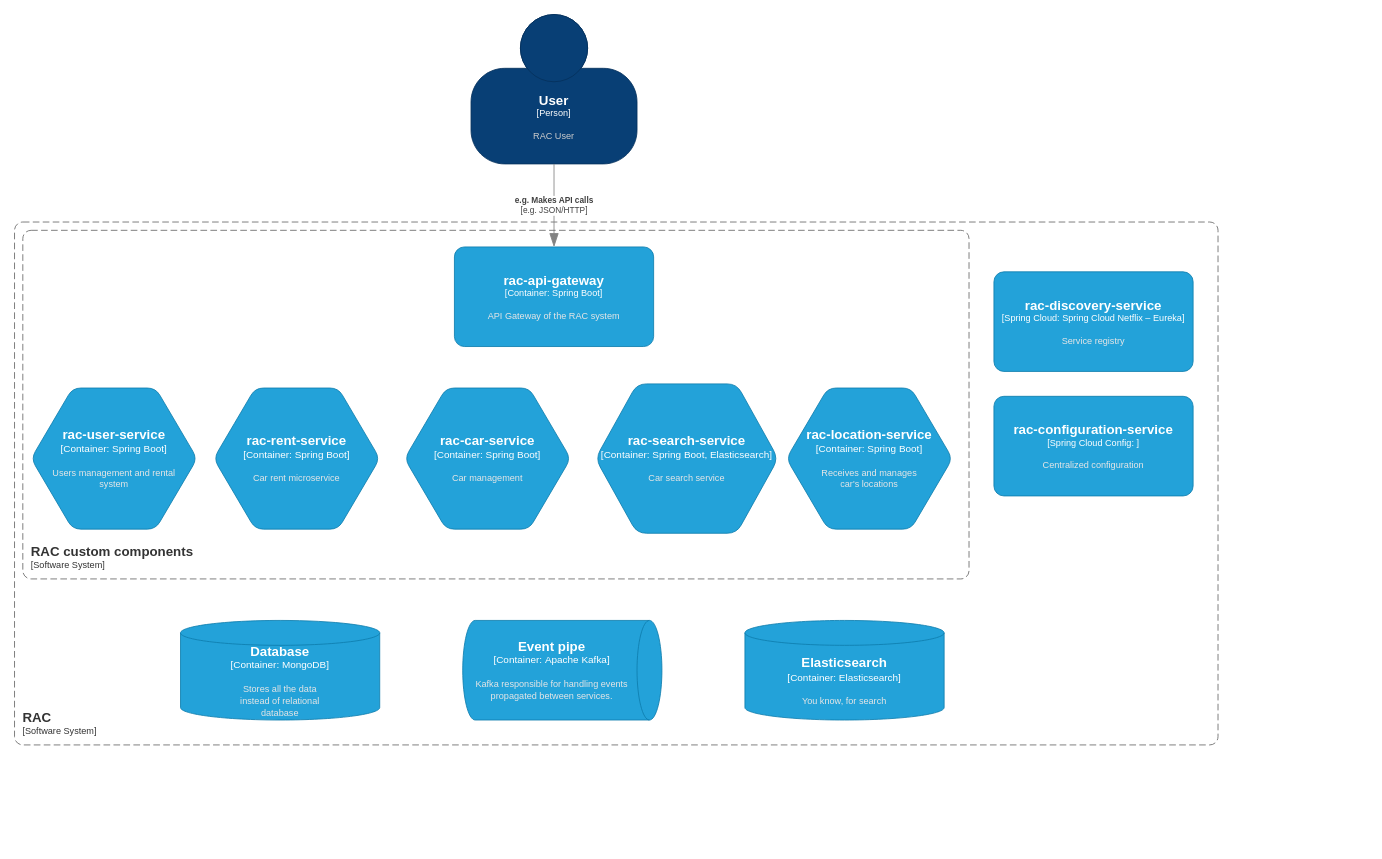
Earlier version of the draw.io diagram docs/c4/rac-modules.drawio (maciejgz/rac). Source tidied: cells renumbered, new cells numbered last; positions are measured from the earlier drawing's top-left corner, leaving out a move shared by most shapes. Both pictures are drawn from the tidied source at 83%, with x=0, y=0 at pixel (14, 14).
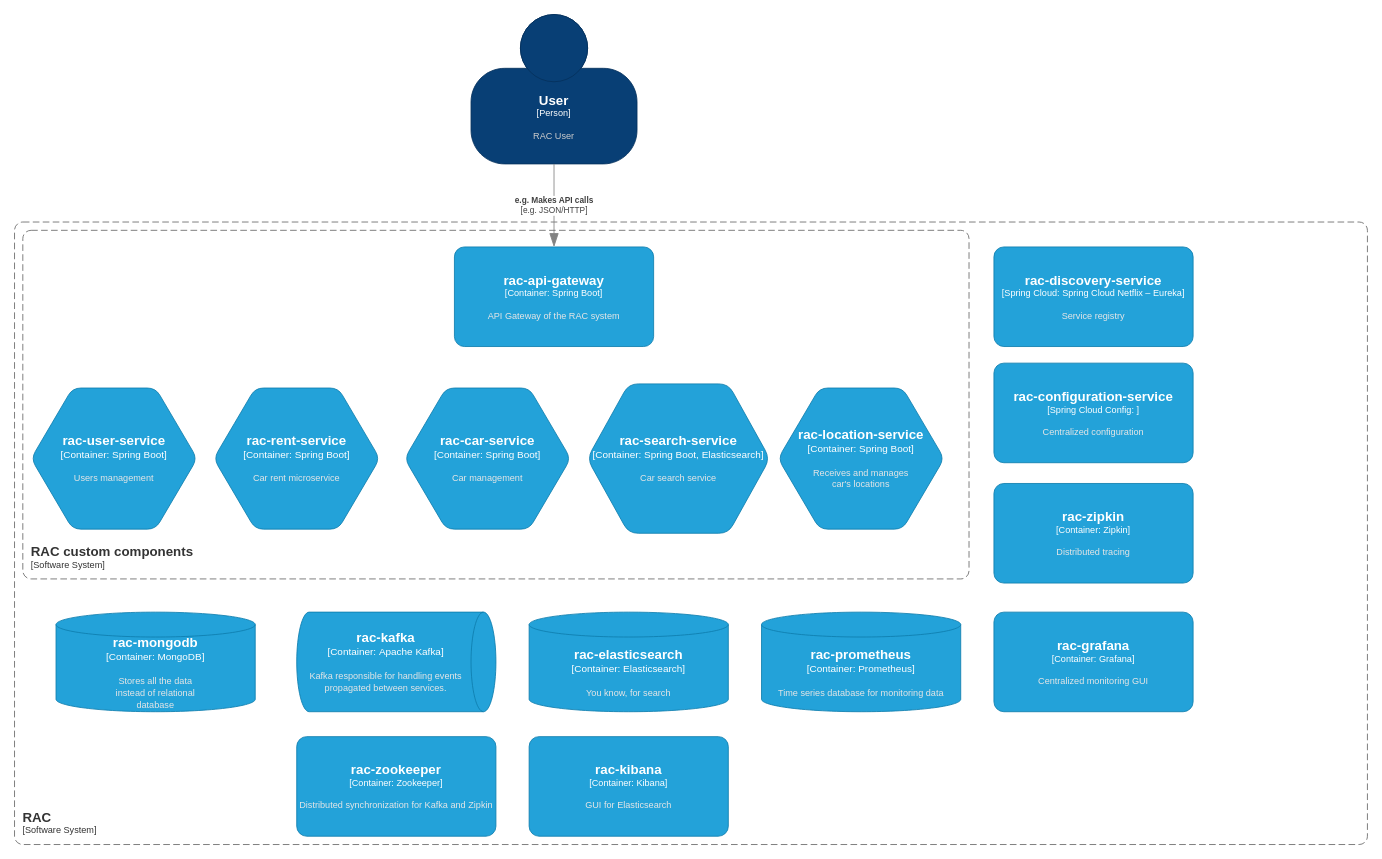
The same page after the edit.

What changed in the source:
```diff
@@
     <object id="3" label="&lt;font style=&quot;font-size: 16px&quot;&gt;&lt;b&gt;&lt;div style=&quot;text-align: left&quot;&gt;%c4Name%&lt;/div&gt;&lt;/b&gt;&lt;/font&gt;&lt;div style=&quot;text-align: left&quot;&gt;[%c4Application%]&lt;/div&gt;" c4Application="Software System" c4Name="RAC" placeholders="1">
       <mxCell style="rounded=1;fontSize=11;whiteSpace=wrap;html=1;dashed=1;arcSize=20;fillColor=none;strokeColor=#666666;fontColor=#333333;labelBackgroundColor=none;align=left;verticalAlign=bottom;labelBorderColor=none;spacingTop=0;spacing=10;dashPattern=8 4;perimeter=rectanglePerimeter;noLabel=0;labelPadding=0;absoluteArcSize=1;" parent="1" vertex="1">
-        <mxGeometry y="250" width="1450" height="630" as="geometry" />
+        <mxGeometry y="250" width="1630" height="750" as="geometry" />
       </mxCell>
     </object>
@@
-    <object id="5" label="&lt;font style=&quot;font-size: 16px&quot;&gt;&lt;b&gt;%c4Type%&lt;/b&gt;&lt;/font&gt;&lt;div&gt;[%c4Container%:&amp;nbsp;%c4Technology%]&lt;/div&gt;&lt;br&gt;&lt;div&gt;&lt;font style=&quot;font-size: 11px&quot;&gt;&lt;font color=&quot;#E6E6E6&quot;&gt;%c4Description%&lt;/font&gt;&lt;/div&gt;" c4Container="Container" c4Description="Users management and rental &#10;system" c4Technology="Spring Boot" c4Type="rac-user-service" placeholders="1">
+    <object id="5" label="&lt;font style=&quot;font-size: 16px&quot;&gt;&lt;b&gt;%c4Type%&lt;/b&gt;&lt;/font&gt;&lt;div&gt;[%c4Container%:&amp;nbsp;%c4Technology%]&lt;/div&gt;&lt;br&gt;&lt;div&gt;&lt;font style=&quot;font-size: 11px&quot;&gt;&lt;font color=&quot;#E6E6E6&quot;&gt;%c4Description%&lt;/font&gt;&lt;/div&gt;" c4Container="Container" c4Description="Users management" c4Technology="Spring Boot" c4Type="rac-user-service" placeholders="1">
       <mxCell style="shape=hexagon;size=50;perimeter=hexagonPerimeter2;whiteSpace=wrap;html=1;fixedSize=1;rounded=1;labelBackgroundColor=none;fillColor=#23A2D9;fontSize=12;fontColor=#ffffff;align=center;strokeColor=#0E7DAD;" parent="1" vertex="1">
         <mxGeometry x="20" y="450" width="200" height="170" as="geometry" />
       </mxCell>
     </object>
@@
     <object id="7" label="&lt;font style=&quot;font-size: 16px&quot;&gt;&lt;b&gt;%c4Type%&lt;/b&gt;&lt;/font&gt;&lt;div&gt;[%c4Container%:&amp;nbsp;%c4Technology%]&lt;/div&gt;&lt;br&gt;&lt;div&gt;&lt;font style=&quot;font-size: 11px&quot;&gt;&lt;font color=&quot;#E6E6E6&quot;&gt;%c4Description%&lt;/font&gt;&lt;/div&gt;" c4Container="Container" c4Description="Car search service" c4Technology="Spring Boot, Elasticsearch" c4Type="rac-search-service" placeholders="1">
       <mxCell style="shape=hexagon;size=50;perimeter=hexagonPerimeter2;whiteSpace=wrap;html=1;fixedSize=1;rounded=1;labelBackgroundColor=none;fillColor=#23A2D9;fontSize=12;fontColor=#ffffff;align=center;strokeColor=#0E7DAD;arcSize=23;" parent="1" vertex="1">
-        <mxGeometry x="700" y="445" width="220" height="180" as="geometry" />
+        <mxGeometry x="690" y="445" width="220" height="180" as="geometry" />
       </mxCell>
     </object>
     <object id="8" label="&lt;font style=&quot;font-size: 16px&quot;&gt;&lt;b&gt;%c4Type%&lt;/b&gt;&lt;/font&gt;&lt;div&gt;[%c4Container%:&amp;nbsp;%c4Technology%]&lt;/div&gt;&lt;br&gt;&lt;div&gt;&lt;font style=&quot;font-size: 11px&quot;&gt;&lt;font color=&quot;#E6E6E6&quot;&gt;%c4Description%&lt;/font&gt;&lt;/div&gt;" c4Container="Container" c4Description="Receives and manages &#10;car's locations" c4Technology="Spring Boot" c4Type="rac-location-service" placeholders="1">
       <mxCell style="shape=hexagon;size=50;perimeter=hexagonPerimeter2;whiteSpace=wrap;html=1;fixedSize=1;rounded=1;labelBackgroundColor=none;fillColor=#23A2D9;fontSize=12;fontColor=#ffffff;align=center;strokeColor=#0E7DAD;" parent="1" vertex="1">
-        <mxGeometry x="930" y="450" width="200" height="170" as="geometry" />
+        <mxGeometry x="920" y="450" width="200" height="170" as="geometry" />
       </mxCell>
     </object>
-    <object id="9" label="&lt;font style=&quot;font-size: 16px&quot;&gt;&lt;b&gt;%c4Type%&lt;/b&gt;&lt;/font&gt;&lt;div&gt;[%c4Container%:&amp;nbsp;%c4Technology%]&lt;/div&gt;&lt;br&gt;&lt;div&gt;&lt;font style=&quot;font-size: 11px&quot;&gt;&lt;font color=&quot;#E6E6E6&quot;&gt;%c4Description%&lt;/font&gt;&lt;/div&gt;" c4Container="Container" c4Description="Kafka responsible for handling events propagated between services." c4Technology="Apache Kafka" c4Type="Event pipe" placeholders="1">
+    <object id="9" label="&lt;font style=&quot;font-size: 16px&quot;&gt;&lt;b&gt;%c4Type%&lt;/b&gt;&lt;/font&gt;&lt;div&gt;[%c4Container%:&amp;nbsp;%c4Technology%]&lt;/div&gt;&lt;br&gt;&lt;div&gt;&lt;font style=&quot;font-size: 11px&quot;&gt;&lt;font color=&quot;#E6E6E6&quot;&gt;%c4Description%&lt;/font&gt;&lt;/div&gt;" c4Container="Container" c4Description="Kafka responsible for handling events propagated between services." c4Technology="Apache Kafka" c4Type="rac-kafka" placeholders="1">
       <mxCell style="shape=cylinder3;size=15;direction=south;whiteSpace=wrap;html=1;boundedLbl=1;rounded=0;labelBackgroundColor=none;fillColor=#23A2D9;fontSize=12;fontColor=#ffffff;align=center;strokeColor=#0E7DAD;" parent="1" vertex="1">
-        <mxGeometry x="540" y="730" width="240" height="120" as="geometry" />
+        <mxGeometry x="340" y="720" width="240" height="120" as="geometry" />
       </mxCell>
     </object>
-    <object id="10" label="&lt;font style=&quot;font-size: 16px&quot;&gt;&lt;b&gt;%c4Type%&lt;/b&gt;&lt;/font&gt;&lt;div&gt;[%c4Container%:&amp;nbsp;%c4Technology%]&lt;/div&gt;&lt;br&gt;&lt;div&gt;&lt;font style=&quot;font-size: 11px&quot;&gt;&lt;font color=&quot;#E6E6E6&quot;&gt;%c4Description%&lt;/font&gt;&lt;/div&gt;" c4Container="Container" c4Description="Stores all the data &#10;instead of relational &#10;database" c4Technology="MongoDB" c4Type="Database" placeholders="1">
+    <object id="10" label="&lt;font style=&quot;font-size: 16px&quot;&gt;&lt;b&gt;%c4Type%&lt;/b&gt;&lt;/font&gt;&lt;div&gt;[%c4Container%:&amp;nbsp;%c4Technology%]&lt;/div&gt;&lt;br&gt;&lt;div&gt;&lt;font style=&quot;font-size: 11px&quot;&gt;&lt;font color=&quot;#E6E6E6&quot;&gt;%c4Description%&lt;/font&gt;&lt;/div&gt;" c4Container="Container" c4Description="Stores all the data &#10;instead of relational &#10;database" c4Technology="MongoDB" c4Type="rac-mongodb" placeholders="1">
       <mxCell style="shape=cylinder3;size=15;whiteSpace=wrap;html=1;boundedLbl=1;rounded=0;labelBackgroundColor=none;fillColor=#23A2D9;fontSize=12;fontColor=#ffffff;align=center;strokeColor=#0E7DAD;" parent="1" vertex="1">
-        <mxGeometry x="200" y="730" width="240" height="120" as="geometry" />
+        <mxGeometry x="50" y="720" width="240" height="120" as="geometry" />
       </mxCell>
     </object>
-    <object id="11" label="&lt;font style=&quot;font-size: 16px&quot;&gt;&lt;b&gt;%c4Type%&lt;/b&gt;&lt;/font&gt;&lt;div&gt;[%c4Container%:&amp;nbsp;%c4Technology%]&lt;/div&gt;&lt;br&gt;&lt;div&gt;&lt;font style=&quot;font-size: 11px&quot;&gt;&lt;font color=&quot;#E6E6E6&quot;&gt;%c4Description%&lt;/font&gt;&lt;/div&gt;" c4Container="Container" c4Description="You know, for search" c4Technology="Elasticsearch" c4Type="Elasticsearch" placeholders="1">
+    <object id="11" label="&lt;font style=&quot;font-size: 16px&quot;&gt;&lt;b&gt;%c4Type%&lt;/b&gt;&lt;/font&gt;&lt;div&gt;[%c4Container%:&amp;nbsp;%c4Technology%]&lt;/div&gt;&lt;br&gt;&lt;div&gt;&lt;font style=&quot;font-size: 11px&quot;&gt;&lt;font color=&quot;#E6E6E6&quot;&gt;%c4Description%&lt;/font&gt;&lt;/div&gt;" c4Container="Container" c4Description="You know, for search" c4Technology="Elasticsearch" c4Type="rac-elasticsearch" placeholders="1">
       <mxCell style="shape=cylinder3;size=15;whiteSpace=wrap;html=1;boundedLbl=1;rounded=0;labelBackgroundColor=none;fillColor=#23A2D9;fontSize=12;fontColor=#ffffff;align=center;strokeColor=#0E7DAD;" parent="1" vertex="1">
-        <mxGeometry x="880" y="730" width="240" height="120" as="geometry" />
+        <mxGeometry x="620" y="720" width="240" height="120" as="geometry" />
       </mxCell>
     </object>
@@
     <object id="13" label="&lt;font style=&quot;font-size: 16px&quot;&gt;&lt;b&gt;%c4Name%&lt;/b&gt;&lt;/font&gt;&lt;div&gt;[%c4Type%: %c4Technology%]&lt;/div&gt;&lt;br&gt;&lt;div&gt;&lt;font style=&quot;font-size: 11px&quot;&gt;&lt;font color=&quot;#E6E6E6&quot;&gt;%c4Description%&lt;/font&gt;&lt;/div&gt;" c4Description="Service registry" c4Name="rac-discovery-service" c4Technology="Spring Cloud Netflix – Eureka" c4Type="Spring Cloud" placeholders="1">
       <mxCell style="rounded=1;whiteSpace=wrap;html=1;fontSize=11;labelBackgroundColor=none;fillColor=#23A2D9;fontColor=#ffffff;align=center;arcSize=10;strokeColor=#0E7DAD;" parent="1" vertex="1">
-        <mxGeometry x="1180" y="310" width="240" height="120" as="geometry" />
+        <mxGeometry x="1180" y="280" width="240" height="120" as="geometry" />
       </mxCell>
     </object>
@@
     <object id="15" label="&lt;font style=&quot;font-size: 16px&quot;&gt;&lt;b&gt;%c4Name%&lt;/b&gt;&lt;/font&gt;&lt;div&gt;[%c4Type%: %c4Technology%]&lt;/div&gt;&lt;br&gt;&lt;div&gt;&lt;font style=&quot;font-size: 11px&quot;&gt;&lt;font color=&quot;#E6E6E6&quot;&gt;%c4Description%&lt;/font&gt;&lt;/div&gt;" c4Description="Centralized configuration" c4Name="rac-configuration-service" c4Technology="" c4Type="Spring Cloud Config" placeholders="1">
       <mxCell style="rounded=1;whiteSpace=wrap;html=1;fontSize=11;labelBackgroundColor=none;fillColor=#23A2D9;fontColor=#ffffff;align=center;arcSize=10;strokeColor=#0E7DAD;" parent="1" vertex="1">
-        <mxGeometry x="1180" y="460" width="240" height="120" as="geometry" />
+        <mxGeometry x="1180" y="420" width="240" height="120" as="geometry" />
       </mxCell>
     </object>
@@
+    <object id="17" label="&lt;font style=&quot;font-size: 16px&quot;&gt;&lt;b&gt;%c4Name%&lt;/b&gt;&lt;/font&gt;&lt;div&gt;[%c4Type%: %c4Technology%]&lt;/div&gt;&lt;br&gt;&lt;div&gt;&lt;font style=&quot;font-size: 11px&quot;&gt;&lt;font color=&quot;#E6E6E6&quot;&gt;%c4Description%&lt;/font&gt;&lt;/div&gt;" c4Description="Distributed tracing" c4Name="rac-zipkin" c4Technology="Zipkin" c4Type="Container" placeholders="1">
+      <mxCell style="rounded=1;whiteSpace=wrap;html=1;fontSize=11;labelBackgroundColor=none;fillColor=#23A2D9;fontColor=#ffffff;align=center;arcSize=10;strokeColor=#0E7DAD;" parent="1" vertex="1">
+        <mxGeometry x="1180" y="565" width="240" height="120" as="geometry" />
+      </mxCell>
+    </object>
+    <object id="18" label="&lt;font style=&quot;font-size: 16px&quot;&gt;&lt;b&gt;%c4Name%&lt;/b&gt;&lt;/font&gt;&lt;div&gt;[%c4Type%: %c4Technology%]&lt;/div&gt;&lt;br&gt;&lt;div&gt;&lt;font style=&quot;font-size: 11px&quot;&gt;&lt;font color=&quot;#E6E6E6&quot;&gt;%c4Description%&lt;/font&gt;&lt;/div&gt;" c4Description="Centralized monitoring GUI" c4Name="rac-grafana" c4Technology="Grafana" c4Type="Container" placeholders="1">
+      <mxCell style="rounded=1;whiteSpace=wrap;html=1;fontSize=11;labelBackgroundColor=none;fillColor=#23A2D9;fontColor=#ffffff;align=center;arcSize=10;strokeColor=#0E7DAD;" parent="1" vertex="1">
+        <mxGeometry x="1180" y="720" width="240" height="120" as="geometry" />
+      </mxCell>
+    </object>
+    <object id="19" label="&lt;font style=&quot;font-size: 16px&quot;&gt;&lt;b&gt;%c4Type%&lt;/b&gt;&lt;/font&gt;&lt;div&gt;[%c4Container%:&amp;nbsp;%c4Technology%]&lt;/div&gt;&lt;br&gt;&lt;div&gt;&lt;font style=&quot;font-size: 11px&quot;&gt;&lt;font color=&quot;#E6E6E6&quot;&gt;%c4Description%&lt;/font&gt;&lt;/div&gt;" c4Container="Container" c4Description="Time series database for monitoring data" c4Technology="Prometheus" c4Type="rac-prometheus" placeholders="1">
+      <mxCell style="shape=cylinder3;size=15;whiteSpace=wrap;html=1;boundedLbl=1;rounded=0;labelBackgroundColor=none;fillColor=#23A2D9;fontSize=12;fontColor=#ffffff;align=center;strokeColor=#0E7DAD;" parent="1" vertex="1">
+        <mxGeometry x="900" y="720" width="240" height="120" as="geometry" />
+      </mxCell>
+    </object>
+    <object id="20" label="&lt;font style=&quot;font-size: 16px&quot;&gt;&lt;b&gt;%c4Name%&lt;/b&gt;&lt;/font&gt;&lt;div&gt;[%c4Type%: %c4Technology%]&lt;/div&gt;&lt;br&gt;&lt;div&gt;&lt;font style=&quot;font-size: 11px&quot;&gt;&lt;font color=&quot;#E6E6E6&quot;&gt;%c4Description%&lt;/font&gt;&lt;/div&gt;" c4Description="GUI for Elasticsearch" c4Name="rac-kibana" c4Technology="Kibana" c4Type="Container" placeholders="1">
+      <mxCell style="rounded=1;whiteSpace=wrap;html=1;fontSize=11;labelBackgroundColor=none;fillColor=#23A2D9;fontColor=#ffffff;align=center;arcSize=10;strokeColor=#0E7DAD;" parent="1" vertex="1">
+        <mxGeometry x="620" y="870" width="240" height="120" as="geometry" />
+      </mxCell>
+    </object>
+    <object id="21" label="&lt;font style=&quot;font-size: 16px&quot;&gt;&lt;b&gt;%c4Name%&lt;/b&gt;&lt;/font&gt;&lt;div&gt;[%c4Type%: %c4Technology%]&lt;/div&gt;&lt;br&gt;&lt;div&gt;&lt;font style=&quot;font-size: 11px&quot;&gt;&lt;font color=&quot;#E6E6E6&quot;&gt;%c4Description%&lt;/font&gt;&lt;/div&gt;" c4Description="Distributed synchronization for Kafka and Zipkin" c4Name="rac-zookeeper" c4Technology="Zookeeper" c4Type="Container" placeholders="1">
+      <mxCell style="rounded=1;whiteSpace=wrap;html=1;fontSize=11;labelBackgroundColor=none;fillColor=#23A2D9;fontColor=#ffffff;align=center;arcSize=10;strokeColor=#0E7DAD;" parent="1" vertex="1">
+        <mxGeometry x="340" y="870" width="240" height="120" as="geometry" />
+      </mxCell>
+    </object>
```
